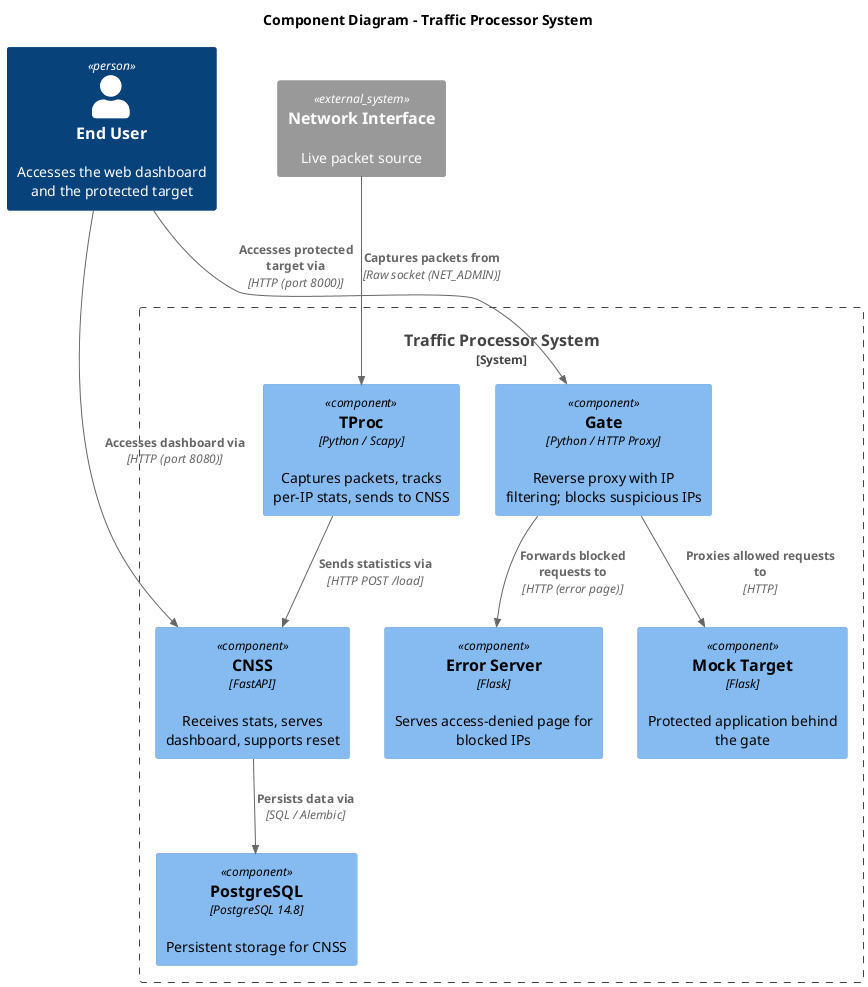
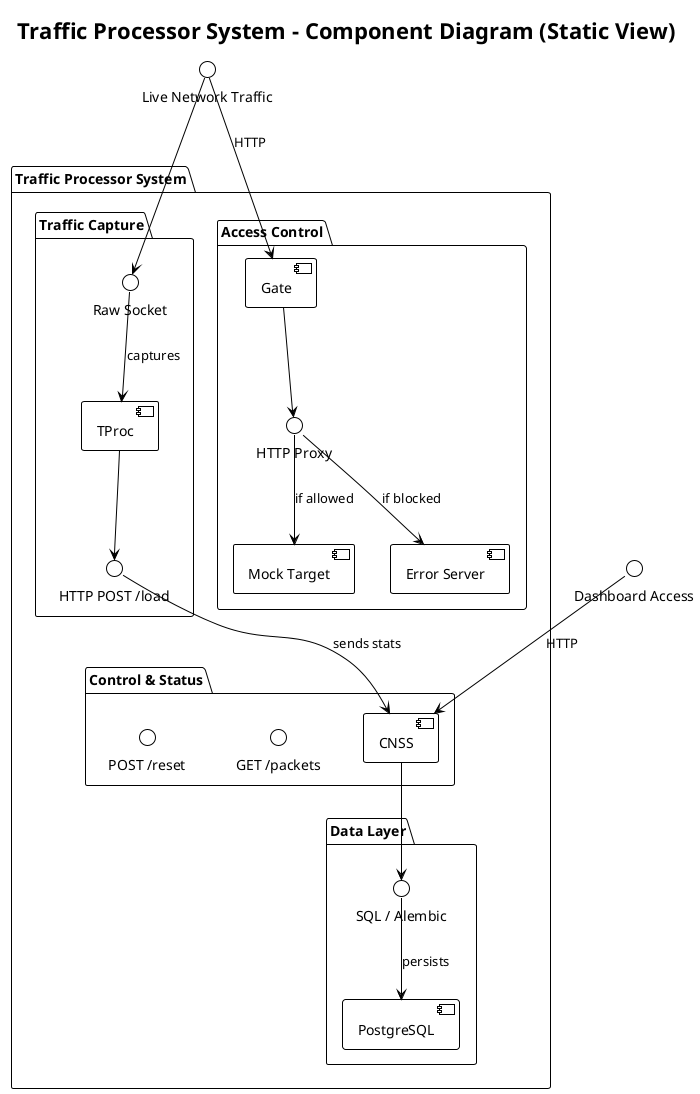
@startuml
- !include <C4/C4_Component>
- !include <C4/C4_Context>
+ !theme plain
+ title Traffic Processor System – Component Diagram (Static View)

- title Component Diagram – Traffic Processor System
+ package "Traffic Processor System" {

- Person(end_user, "End User", "Accesses the web dashboard and the protected target")
+   package "Traffic Capture" {
+     [TProc] as tproc
+     () "Raw Socket" as net_iface
+     () "HTTP POST /load" as load_api
+   }

- System_Boundary(tp_system, "Traffic Processor System") {
-     Component(tproc, "TProc", "Python / Scapy", "Captures packets, tracks per-IP stats, sends to CNSS")
-     Component(gate, "Gate", "Python / HTTP Proxy", "Reverse proxy with IP filtering; blocks suspicious IPs")
-     Component(error_server, "Error Server", "Flask", "Serves access-denied page for blocked IPs")
-     Component(mock_target, "Mock Target", "Flask", "Protected application behind the gate")
-     Component(cnss, "CNSS", "FastAPI", "Receives stats, serves dashboard, supports reset")
-     Component(postgres, "PostgreSQL", "PostgreSQL 14.8", "Persistent storage for CNSS")
+   package "Access Control" {
+     [Gate] as gate
+     [Mock Target] as mock_target
+     [Error Server] as error_server
+     () "HTTP Proxy" as proxy_api
+   }
+ 
+   package "Control & Status" {
+     [CNSS] as cnss
+     () "GET /packets" as get_api
+     () "POST /reset" as reset_api
+   }
+ 
+   package "Data Layer" {
+     [PostgreSQL] as postgres
+     () "SQL / Alembic" as sql_api
+   }
}

- System_Ext(network, "Network Interface", "Live packet source")
+ ' External interfaces
+ () "Live Network Traffic" as network
+ () "Dashboard Access" as dashboard

- Rel(network, tproc, "Captures packets from", "Raw socket (NET_ADMIN)")
- Rel(tproc, cnss, "Sends statistics via", "HTTP POST /load")
- Rel(cnss, postgres, "Persists data via", "SQL / Alembic")
- Rel(end_user, gate, "Accesses protected target via", "HTTP (port 8000)")
- Rel(gate, mock_target, "Proxies allowed requests to", "HTTP")
- Rel(gate, error_server, "Forwards blocked requests to", "HTTP (error page)")
- Rel(end_user, cnss, "Accesses dashboard via", "HTTP (port 8080)")
+ network --> net_iface
+ net_iface --> tproc : captures
+ tproc --> load_api
+ load_api --> cnss : sends stats

+ ' Client access
+ dashboard --> cnss : HTTP
+ network --> gate : HTTP
+ 
+ ' Gate routing
+ gate --> proxy_api
+ proxy_api --> mock_target : if allowed
+ proxy_api --> error_server : if blocked
+ 
+ ' Persistence
+ cnss --> sql_api
+ sql_api --> postgres : persists
@enduml
